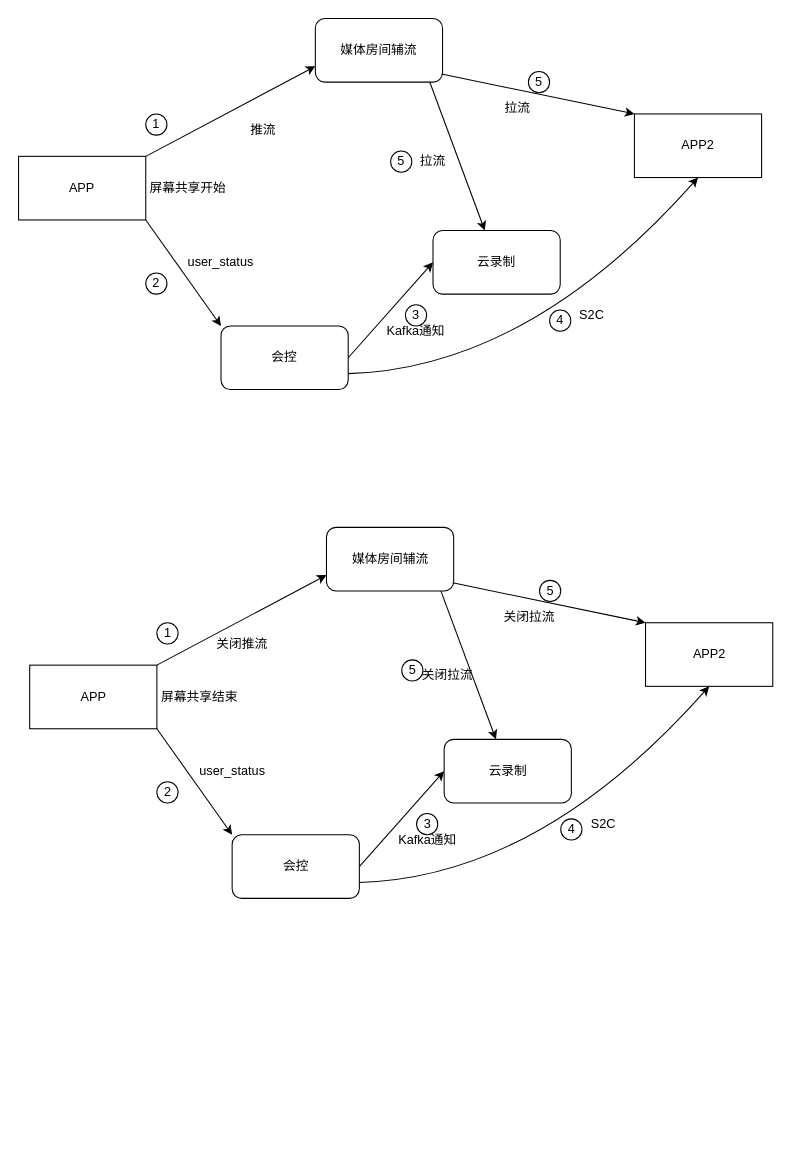
This is arch/云录制支持文档共享.drawio from melonshell/draw.io, a draw.io file, before an edit. Source tidied: cells renumbered, new cells numbered last; positions are measured from the earlier drawing's top-left corner, leaving out a move shared by most shapes. Both pictures are drawn from the tidied source at 106%, with x=0, y=0 at pixel (18, 18).
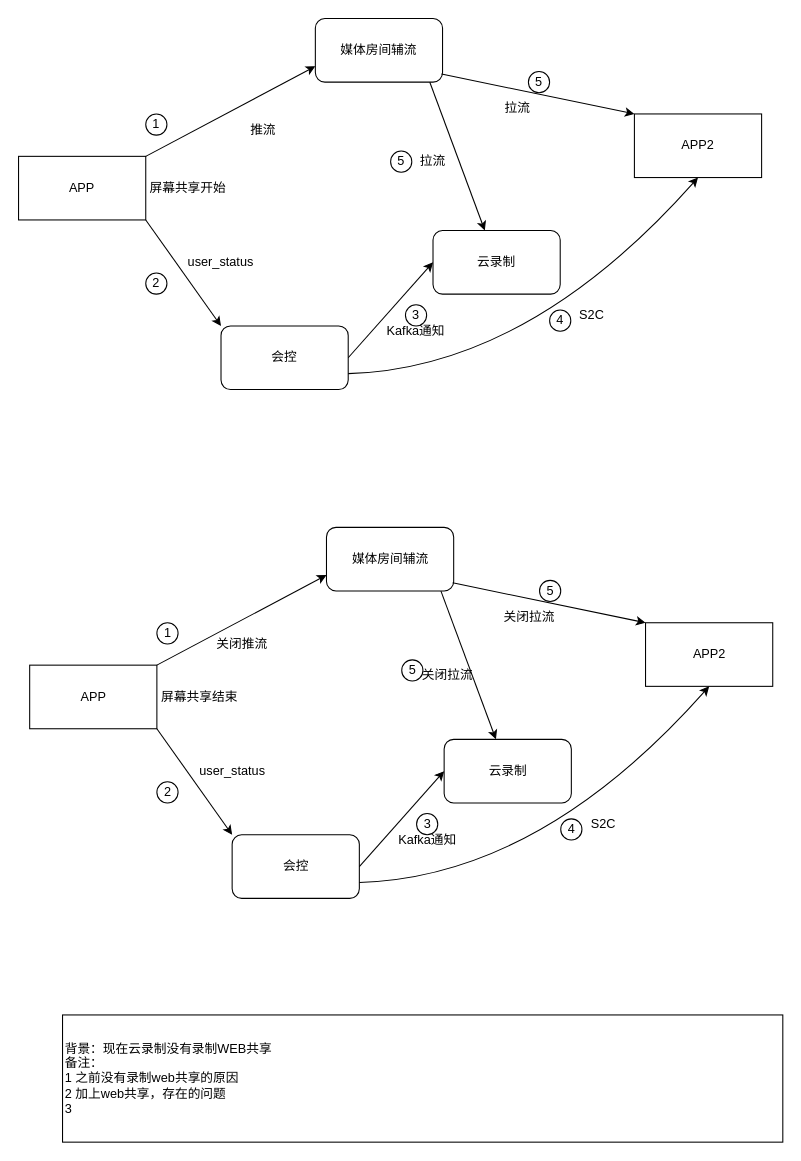
The same page after the edit.

Commit message (it also covers changes not shown here):
更新云录制支持文档共享.drawio

The edit, as a diff of the source:
```diff
@@
+    <mxCell id="50" value="背景：现在云录制没有录制WEB共享&lt;br&gt;备注：&lt;br&gt;1 之前没有录制web共享的原因&lt;br&gt;2 加上web共享，存在的问题&lt;br&gt;3&amp;nbsp;" style="rounded=0;whiteSpace=wrap;html=1;fillColor=none;align=left;" parent="1" vertex="1">
+      <mxGeometry x="41.5" y="940" width="679.5" height="120" as="geometry" />
+    </mxCell>
```
